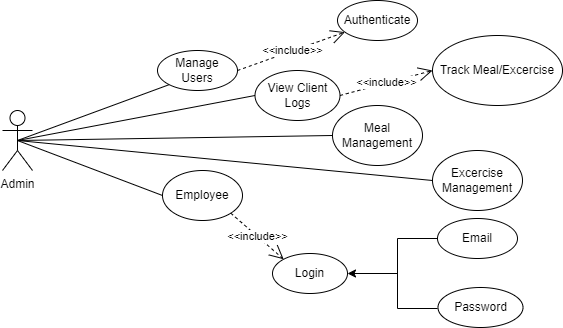
This is AdminUseCase.drawio.png from kaisunoo/Acads, a draw.io export, as it was before one commit. Source tidied: cells renumbered, new cells last; positions are measured from the earlier drawing's top-left corner, leaving out a move shared by most shapes.
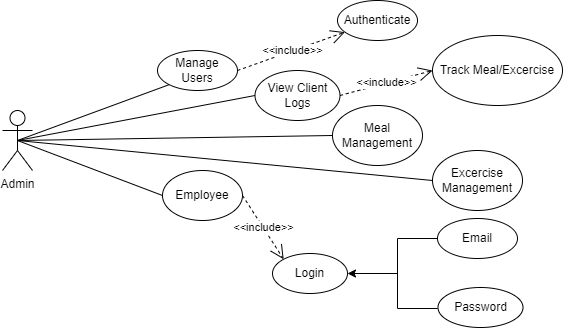
The same diagram one commit later.

Change to the diagram source:
```diff
@@ -62,7 +62,7 @@
     <mxCell id="21" value="Employee" style="ellipse;whiteSpace=wrap;html=1;" parent="1" vertex="1">
       <mxGeometry x="160" y="170" width="80" height="50" as="geometry" />
     </mxCell>
-    <mxCell id="22" value="&amp;lt;&amp;lt;include&amp;gt;&amp;gt;" style="endArrow=open;endSize=12;dashed=1;html=1;rounded=0;entryX=0;entryY=0;entryDx=0;entryDy=0;exitX=1;exitY=1;exitDx=0;exitDy=0;" parent="1" edge="1" source="21" target="3">
+    <mxCell id="22" value="&amp;lt;&amp;lt;include&amp;gt;&amp;gt;" style="endArrow=open;endSize=12;dashed=1;html=1;rounded=0;entryX=0;entryY=0;entryDx=0;entryDy=0;exitX=1;exitY=0.5;exitDx=0;exitDy=0;" parent="1" edge="1" source="21" target="3">
       <mxGeometry relative="1" as="geometry" />
     </mxCell>
   </root>
```
